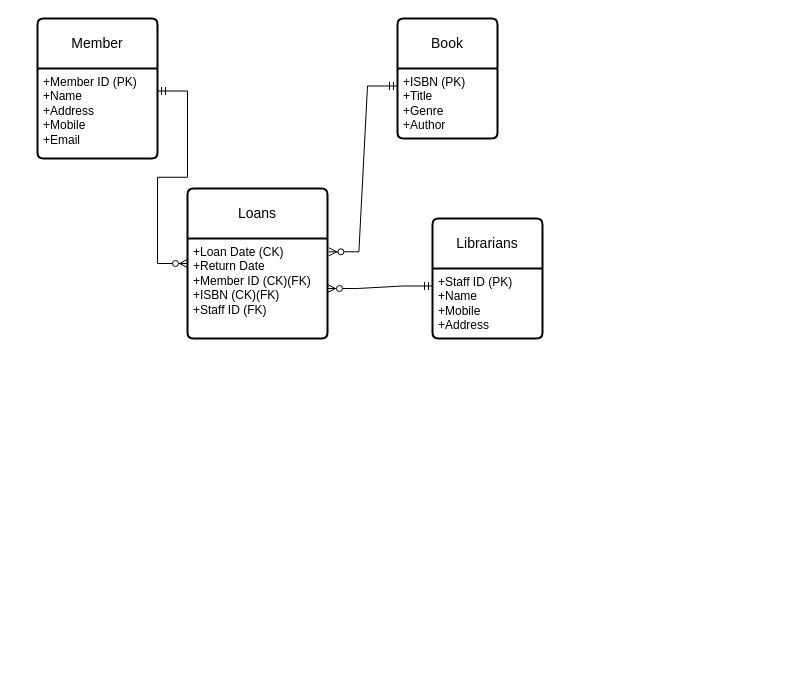
The draw.io diagram Library ERD.drawio in jamesking020773/jamesking020773.github.io, before the edit. Source tidied: cells renumbered, new cells numbered last; positions are measured from the earlier drawing's top-left corner, leaving out a move shared by most shapes. Both pictures are drawn from the tidied source at 100%, with x=0, y=0 at pixel (37, 18).
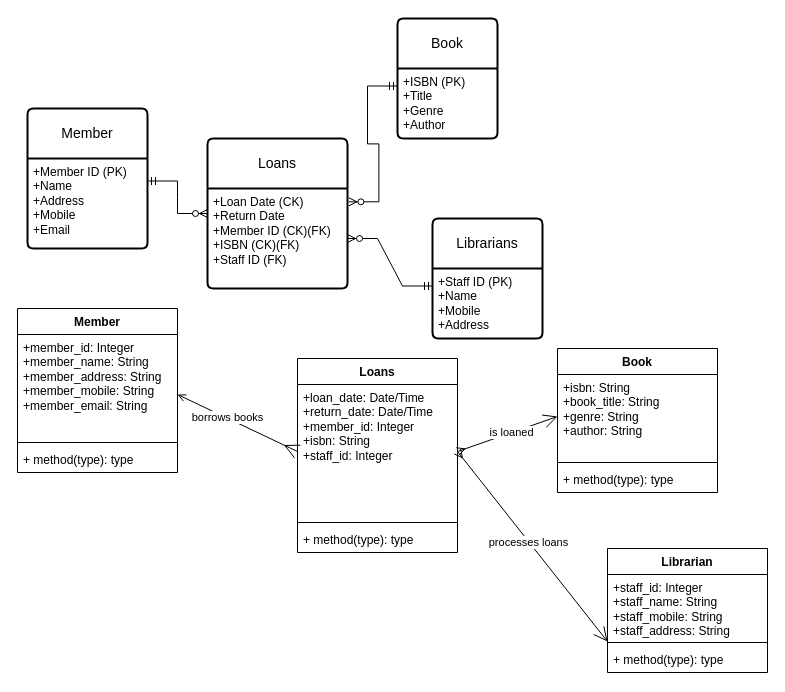
The same page after the edit.

What changed in the source:
```diff
@@
     <mxCell id="4" value="Member" style="swimlane;horizontal=1;startSize=50;rounded=1;fontSize=14;fontStyle=0;strokeWidth=2;shadow=0;dashed=0;align=center;arcSize=4;whiteSpace=wrap;html=1;" parent="1" vertex="1">
-      <mxGeometry width="120" height="140" as="geometry" />
+      <mxGeometry x="-10" y="90" width="120" height="140" as="geometry" />
     </mxCell>
@@
     <mxCell id="6" value="Loans" style="swimlane;horizontal=1;startSize=50;rounded=1;fontSize=14;fontStyle=0;strokeWidth=2;shadow=0;dashed=0;align=center;arcSize=4;whiteSpace=wrap;html=1;" parent="1" vertex="1">
-      <mxGeometry x="150" y="170" width="140" height="150" as="geometry" />
+      <mxGeometry x="170" y="120" width="140" height="150" as="geometry" />
     </mxCell>
@@
+    <mxCell id="13" value="Member" style="swimlane;fontStyle=1;align=center;verticalAlign=top;horizontal=1;startSize=26;whiteSpace=wrap;html=1;" parent="1" vertex="1">
+      <mxGeometry x="-20" y="290" width="160" height="164" as="geometry" />
+    </mxCell>
+    <mxCell id="14" value="&lt;span style=&quot;text-wrap: nowrap;&quot;&gt;+member_id: Integer&lt;/span&gt;&lt;br style=&quot;text-wrap: nowrap;&quot;&gt;&lt;span style=&quot;text-wrap: nowrap;&quot;&gt;+member_name: String&lt;/span&gt;&lt;br style=&quot;text-wrap: nowrap;&quot;&gt;&lt;span style=&quot;text-wrap: nowrap;&quot;&gt;+member_address: String&lt;/span&gt;&lt;div style=&quot;text-wrap: nowrap;&quot;&gt;+member_mobile: String&lt;/div&gt;&lt;div style=&quot;text-wrap: nowrap;&quot;&gt;+member_email: String&lt;/div&gt;" style="text;strokeColor=none;fillColor=none;align=left;verticalAlign=top;spacingLeft=4;spacingRight=4;overflow=hidden;points=[[0,0.5],[1,0.5]];portConstraint=eastwest;whiteSpace=wrap;html=1;" parent="13" vertex="1">
+      <mxGeometry y="26" width="160" height="104" as="geometry" />
+    </mxCell>
+    <mxCell id="15" style="line;strokeWidth=1;fillColor=none;align=left;verticalAlign=middle;spacingTop=-1;spacingLeft=3;spacingRight=3;labelPosition=right;strokeColor=inherit;" parent="13" vertex="1">
+      <mxGeometry y="130" width="160" height="8" as="geometry" />
+    </mxCell>
+    <mxCell id="16" value="+ method(type): type" style="text;strokeColor=none;fillColor=none;align=left;verticalAlign=top;spacingLeft=4;spacingRight=4;overflow=hidden;whiteSpace=wrap;html=1;" parent="13" vertex="1">
+      <mxGeometry y="138" width="160" height="26" as="geometry" />
+    </mxCell>
+    <mxCell id="17" value="Loans" style="swimlane;fontStyle=1;align=center;verticalAlign=top;horizontal=1;startSize=26;whiteSpace=wrap;html=1;" parent="1" vertex="1">
+      <mxGeometry x="260" y="340" width="160" height="194" as="geometry" />
+    </mxCell>
+    <mxCell id="18" value="&lt;span style=&quot;text-wrap: nowrap;&quot;&gt;+loan_date: Date/Time&lt;/span&gt;&lt;br style=&quot;text-wrap: nowrap;&quot;&gt;&lt;span style=&quot;text-wrap: nowrap;&quot;&gt;+return_date: Date/Time&lt;/span&gt;&lt;br style=&quot;text-wrap: nowrap;&quot;&gt;&lt;span style=&quot;text-wrap: nowrap;&quot;&gt;+member_id: Integer&lt;/span&gt;&lt;div style=&quot;text-wrap: nowrap;&quot;&gt;+isbn: String&lt;/div&gt;&lt;div style=&quot;text-wrap: nowrap;&quot;&gt;+staff_id: Integer&lt;/div&gt;" style="text;strokeColor=none;fillColor=none;align=left;verticalAlign=top;spacingLeft=4;spacingRight=4;overflow=hidden;points=[[0,0.5],[1,0.5]];portConstraint=eastwest;whiteSpace=wrap;html=1;" parent="17" vertex="1">
+      <mxGeometry y="26" width="160" height="134" as="geometry" />
+    </mxCell>
+    <mxCell id="19" style="line;strokeWidth=1;fillColor=none;align=left;verticalAlign=middle;spacingTop=-1;spacingLeft=3;spacingRight=3;labelPosition=right;strokeColor=inherit;" parent="17" vertex="1">
+      <mxGeometry y="160" width="160" height="8" as="geometry" />
+    </mxCell>
+    <mxCell id="20" value="+ method(type): type" style="text;strokeColor=none;fillColor=none;align=left;verticalAlign=top;spacingLeft=4;spacingRight=4;overflow=hidden;whiteSpace=wrap;html=1;" parent="17" vertex="1">
+      <mxGeometry y="168" width="160" height="26" as="geometry" />
+    </mxCell>
+    <mxCell id="21" value="Book" style="swimlane;fontStyle=1;align=center;verticalAlign=top;horizontal=1;startSize=26;whiteSpace=wrap;html=1;" parent="1" vertex="1">
+      <mxGeometry x="520" y="330" width="160" height="144" as="geometry" />
+    </mxCell>
+    <mxCell id="22" value="&lt;span style=&quot;text-wrap: nowrap;&quot;&gt;+isbn: String&lt;/span&gt;&lt;div&gt;&lt;span style=&quot;text-wrap: nowrap;&quot;&gt;+book_title: String&lt;/span&gt;&lt;br style=&quot;text-wrap: nowrap;&quot;&gt;&lt;span style=&quot;text-wrap: nowrap;&quot;&gt;+genre: String&lt;/span&gt;&lt;div style=&quot;text-wrap: nowrap;&quot;&gt;+author: String&lt;/div&gt;&lt;/div&gt;" style="text;strokeColor=none;fillColor=none;align=left;verticalAlign=top;spacingLeft=4;spacingRight=4;overflow=hidden;points=[[0,0.5],[1,0.5]];portConstraint=eastwest;whiteSpace=wrap;html=1;" parent="21" vertex="1">
+      <mxGeometry y="26" width="160" height="84" as="geometry" />
+    </mxCell>
+    <mxCell id="23" style="line;strokeWidth=1;fillColor=none;align=left;verticalAlign=middle;spacingTop=-1;spacingLeft=3;spacingRight=3;labelPosition=right;strokeColor=inherit;" parent="21" vertex="1">
+      <mxGeometry y="110" width="160" height="8" as="geometry" />
+    </mxCell>
+    <mxCell id="24" value="+ method(type): type" style="text;strokeColor=none;fillColor=none;align=left;verticalAlign=top;spacingLeft=4;spacingRight=4;overflow=hidden;whiteSpace=wrap;html=1;" parent="21" vertex="1">
+      <mxGeometry y="118" width="160" height="26" as="geometry" />
+    </mxCell>
+    <mxCell id="25" value="Librarian" style="swimlane;fontStyle=1;align=center;verticalAlign=top;horizontal=1;startSize=26;whiteSpace=wrap;html=1;" parent="1" vertex="1">
+      <mxGeometry x="570" y="530" width="160" height="124" as="geometry" />
+    </mxCell>
+    <mxCell id="26" value="&lt;span style=&quot;text-wrap: nowrap;&quot;&gt;+staff_id: Integer&lt;/span&gt;&lt;div style=&quot;text-wrap: nowrap;&quot;&gt;+staff_name: String&lt;/div&gt;&lt;div style=&quot;text-wrap: nowrap;&quot;&gt;+staff_mobile: String&lt;/div&gt;&lt;div style=&quot;text-wrap: nowrap;&quot;&gt;+staff_address: String&lt;/div&gt;" style="text;strokeColor=none;fillColor=none;align=left;verticalAlign=top;spacingLeft=4;spacingRight=4;overflow=hidden;whiteSpace=wrap;html=1;" parent="25" vertex="1">
+      <mxGeometry y="26" width="160" height="64" as="geometry" />
+    </mxCell>
+    <mxCell id="27" style="line;strokeWidth=1;fillColor=none;align=left;verticalAlign=middle;spacingTop=-1;spacingLeft=3;spacingRight=3;labelPosition=right;strokeColor=inherit;" parent="25" vertex="1">
+      <mxGeometry y="90" width="160" height="8" as="geometry" />
+    </mxCell>
+    <mxCell id="28" value="+ method(type): type" style="text;strokeColor=none;fillColor=none;align=left;verticalAlign=top;spacingLeft=4;spacingRight=4;overflow=hidden;whiteSpace=wrap;html=1;" parent="25" vertex="1">
+      <mxGeometry y="98" width="160" height="26" as="geometry" />
+    </mxCell>
+    <mxCell id="29" style="endArrow=open;endFill=0;endSize=12;html=1;rounded=0;entryX=0;entryY=0.5;entryDx=0;entryDy=0;exitX=1;exitY=0.5;exitDx=0;exitDy=0;startArrow=ERmany;startFill=0;" parent="1" edge="1" source="18" target="22">
+      <mxGeometry relative="1" as="geometry" />
+    </mxCell>
+    <mxCell id="30" value="is loaned" style="edgeLabel;html=1;align=center;verticalAlign=middle;" parent="29" vertex="1">
+      <mxGeometry x="0.07" y="1" relative="1" as="geometry" />
+    </mxCell>
+    <mxCell id="31" style="endArrow=ERmany;endFill=0;endSize=12;html=1;rounded=0;exitX=1;exitY=0.577;exitDx=0;exitDy=0;exitPerimeter=0;entryX=0;entryY=0.5;entryDx=0;entryDy=0;startArrow=open;startFill=0;" parent="1" edge="1" source="14" target="18">
+      <mxGeometry relative="1" as="geometry" />
+    </mxCell>
+    <mxCell id="32" value="borrows books" style="edgeLabel;html=1;align=center;verticalAlign=middle;" parent="31" vertex="1">
+      <mxGeometry x="-0.19" y="1" relative="1" as="geometry" />
+    </mxCell>
+    <mxCell id="33" style="endArrow=open;endFill=1;endSize=12;html=1;rounded=0;entryX=0;entryY=0.75;entryDx=0;entryDy=0;exitX=1;exitY=0.5;exitDx=0;exitDy=0;startArrow=ERmany;startFill=0;" parent="1" edge="1" source="18" target="25">
+      <mxGeometry relative="1" as="geometry" />
+    </mxCell>
+    <mxCell id="34" value="processes loans" style="edgeLabel;html=1;align=center;verticalAlign=middle;" parent="33" vertex="1">
+      <mxGeometry x="-0.05" y="-1" relative="1" as="geometry" />
+    </mxCell>
```
